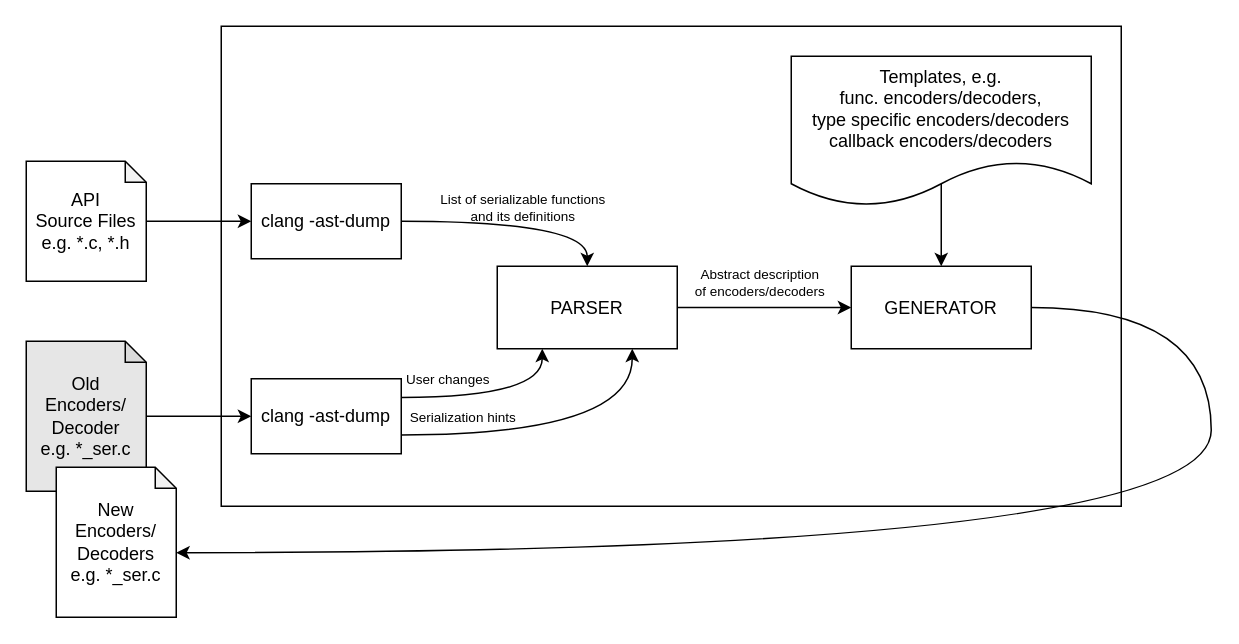
Above: Untitled Diagram.drawio in doki-nordic/draw.io (draw.io), before the change. Source tidied: cells renumbered, new cells numbered last; positions are measured from the earlier drawing's top-left corner, leaving out a move shared by most shapes. Both pictures are drawn from the tidied source at 150%, with x=0, y=0 at pixel (26, 26).
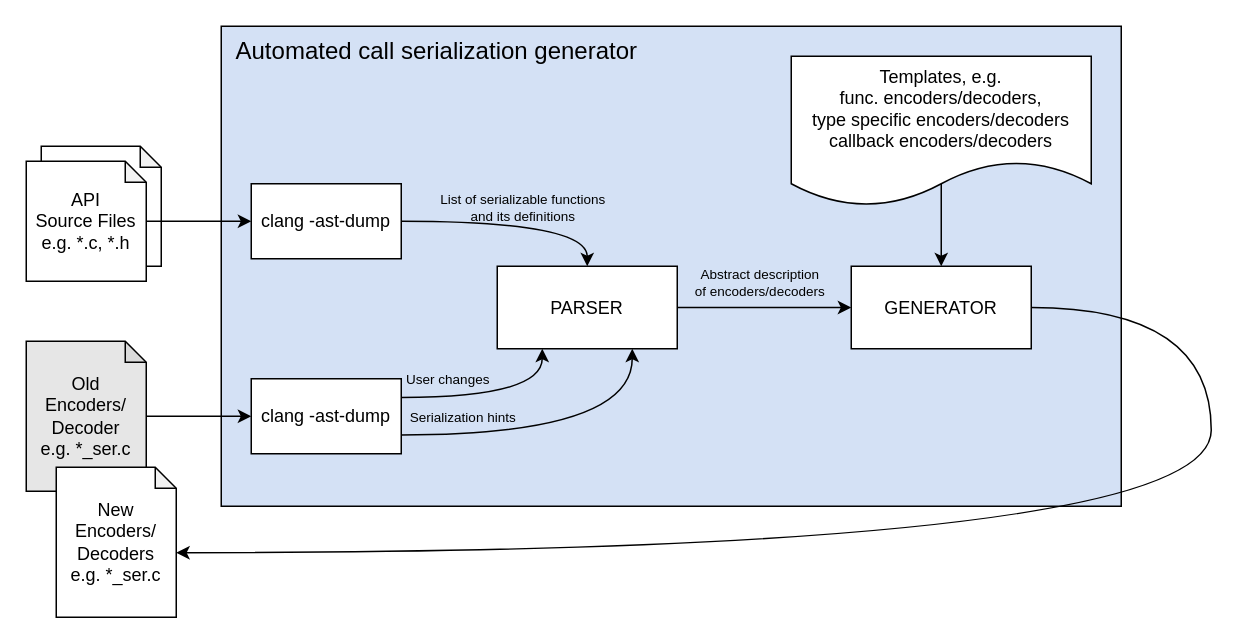
The same diagram, later.

The change refers to these unchanged cells:
```xml
<mxCell id="7" value="clang -ast-dump" style="rounded=0;whiteSpace=wrap;html=1;" parent="1" vertex="1">
  <mxGeometry x="150" y="105" width="100" height="50" as="geometry" />
</mxCell>
<mxCell id="11" style="edgeStyle=orthogonalEdgeStyle;curved=1;rounded=0;jettySize=auto;html=1;fontSize=9;fontColor=#000000;exitX=1;exitY=0.25;exitDx=0;exitDy=0;entryX=0.25;entryY=1;entryDx=0;entryDy=0;" parent="1" edge="1" source="15" target="18">
  <mxGeometry relative="1" as="geometry" />
</mxCell>
<mxCell id="13" style="edgeStyle=orthogonalEdgeStyle;curved=1;rounded=0;jettySize=auto;html=1;exitX=1;exitY=0.75;exitDx=0;exitDy=0;entryX=0.75;entryY=1;entryDx=0;entryDy=0;fontSize=9;fontColor=#000000;" parent="1" edge="1" source="15" target="18">
  <mxGeometry relative="1" as="geometry" />
</mxCell>
<mxCell id="16" style="edgeStyle=orthogonalEdgeStyle;curved=1;rounded=0;jettySize=auto;html=1;fontSize=9;fontColor=#000000;" parent="1" edge="1" source="18" target="20">
  <mxGeometry relative="1" as="geometry" />
</mxCell>
```

The edit, as a diff of the source:
```diff
@@
-    <mxCell id="2" style="rounded=0;whiteSpace=wrap;html=1;" parent="1" vertex="1">
+    <mxCell id="2" value="&amp;nbsp; Automated call serialization generator" style="rounded=0;whiteSpace=wrap;html=1;align=left;verticalAlign=top;fontSize=16;fillColor=#D4E1F5;" parent="1" vertex="1">
       <mxGeometry x="130" width="600" height="320" as="geometry" />
     </mxCell>
-    <mxCell id="3" style="edgeStyle=orthogonalEdgeStyle;rounded=0;jettySize=auto;html=1;curved=1;" parent="1" edge="1" source="4" target="7">
-      <mxGeometry relative="1" as="geometry" />
-    </mxCell>
-    <mxCell id="4" value="API&lt;br&gt;Source Files&lt;br&gt;e.g. *.c, *.h" style="shape=note;whiteSpace=wrap;html=1;backgroundOutline=1;darkOpacity=0.05;size=14;" parent="1" vertex="1">
-      <mxGeometry y="90" width="80" height="80" as="geometry" />
+    <mxCell id="4" style="shape=note;whiteSpace=wrap;html=1;backgroundOutline=1;darkOpacity=0.05;size=14;" parent="1" vertex="1">
+      <mxGeometry x="10" y="80" width="80" height="80" as="geometry" />
     </mxCell>
@@
-    <mxCell id="12" value="User changes" style="text;html=1;align=center;verticalAlign=middle;labelBackgroundColor=#ffffff;fontSize=9;fontColor=#000000;" parent="11" vertex="1">
+    <mxCell id="12" value="User changes" style="text;html=1;align=center;verticalAlign=middle;labelBackgroundColor=none;fontSize=9;fontColor=#000000;" parent="11" vertex="1">
       <mxGeometry x="-0.34" y="3" relative="1" as="geometry">
         <mxPoint x="-12" y="-9.5" as="offset" />
       </mxGeometry>
     </mxCell>
@@
-    <mxCell id="14" value="Serialization hints" style="text;html=1;align=center;verticalAlign=middle;labelBackgroundColor=#ffffff;fontSize=9;fontColor=#000000;" parent="13" vertex="1">
+    <mxCell id="14" value="Serialization hints" style="text;html=1;align=center;verticalAlign=middle;labelBackgroundColor=none;fontSize=9;fontColor=#000000;" parent="13" vertex="1">
       <mxGeometry x="-0.62" relative="1" as="geometry">
         <mxPoint y="-12.5" as="offset" />
       </mxGeometry>
     </mxCell>
@@
-    <mxCell id="17" value="Abstract description&lt;br&gt;of encoders/decoders" style="text;html=1;align=center;verticalAlign=middle;labelBackgroundColor=#ffffff;fontSize=9;fontColor=#000000;" parent="16" vertex="1">
+    <mxCell id="17" value="Abstract description&lt;br&gt;of encoders/decoders" style="text;html=1;align=center;verticalAlign=middle;labelBackgroundColor=none;fontSize=9;fontColor=#000000;" parent="16" vertex="1">
       <mxGeometry x="-0.24" y="-3" relative="1" as="geometry">
         <mxPoint x="10.2" y="-20.5" as="offset" />
       </mxGeometry>
     </mxCell>
@@
+    <mxCell id="23" style="edgeStyle=orthogonalEdgeStyle;curved=1;rounded=0;jettySize=auto;html=1;fontSize=12;fontColor=#000000;" parent="1" edge="1" source="24" target="7">
+      <mxGeometry relative="1" as="geometry" />
+    </mxCell>
+    <mxCell id="24" value="API&lt;br&gt;Source Files&lt;br&gt;e.g. *.c, *.h" style="shape=note;whiteSpace=wrap;html=1;backgroundOutline=1;darkOpacity=0.05;size=14;" parent="1" vertex="1">
+      <mxGeometry y="90" width="80" height="80" as="geometry" />
+    </mxCell>
```
